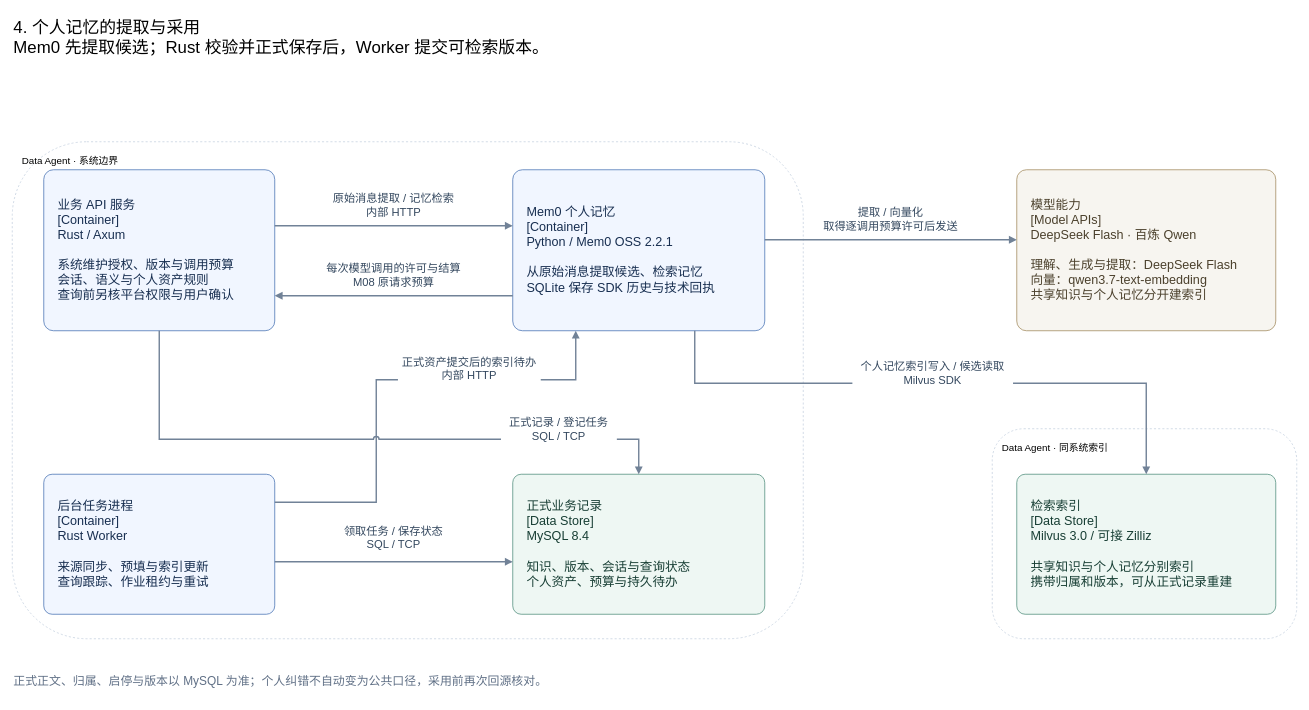
Above: page "个人记忆的提取与采用" (4 of 4) of docs/architecture/data-agent-c4-container.drawio in yaoziyaoguai/data_agent (draw.io), before the change. Source tidied: cells renumbered, new cells numbered last; positions are measured from the earlier drawing's top-left corner, leaving out a move shared by most shapes. Both pictures are drawn from the tidied source at 70%, with x=0, y=0 at pixel (12, 12).
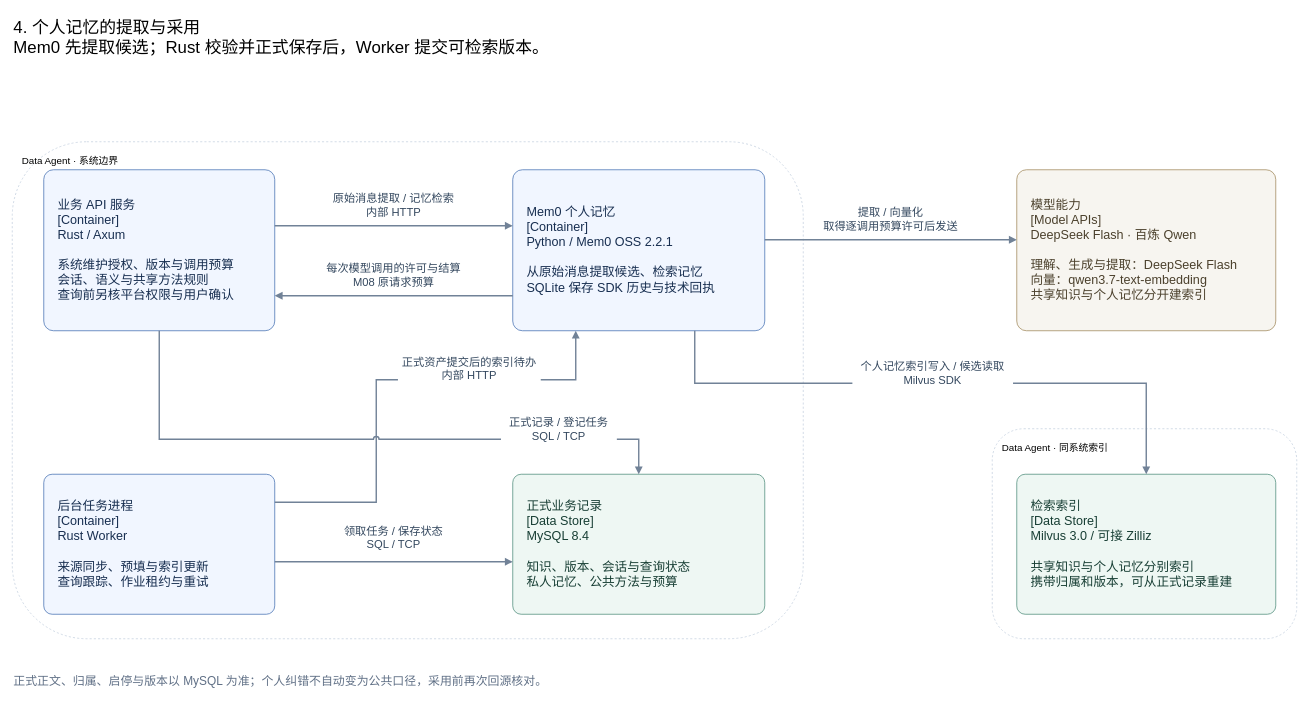
The same diagram, later.

The edit, as a diff of the source:
```diff
@@
-    <mxCell id="5" value="业务 API 服务&#10;[Container]&#10;Rust / Axum&#10;&#10;系统维护授权、版本与调用预算&#10;会话、语义与个人资产规则&#10;查询前另核平台权限与用户确认" style="rounded=1;arcSize=6;whiteSpace=wrap;html=0;fillColor=#f1f6ff;strokeColor=#3866ac;fontColor=#172e50;fontSize=18;fontFamily=PingFang SC;align=left;spacing=20;" parent="1" vertex="1">
+    <mxCell id="5" value="业务 API 服务&#10;[Container]&#10;Rust / Axum&#10;&#10;系统维护授权、版本与调用预算&#10;会话、语义与共享方法规则&#10;查询前另核平台权限与用户确认" style="rounded=1;arcSize=6;whiteSpace=wrap;html=0;fillColor=#f1f6ff;strokeColor=#3866ac;fontColor=#172e50;fontSize=18;fontFamily=PingFang SC;align=left;spacing=20;" parent="1" vertex="1">
       <mxGeometry x="45" y="225" width="330" height="230" as="geometry" />
     </mxCell>
@@
-    <mxCell id="9" value="正式业务记录&#10;[Data Store]&#10;MySQL 8.4&#10;&#10;知识、版本、会话与查询状态&#10;个人资产、预算与持久待办" style="rounded=1;arcSize=6;whiteSpace=wrap;html=0;fillColor=#eef7f3;strokeColor=#438471;fontColor=#173e34;fontSize=18;fontFamily=PingFang SC;align=left;spacing=20;" parent="1" vertex="1">
+    <mxCell id="9" value="正式业务记录&#10;[Data Store]&#10;MySQL 8.4&#10;&#10;知识、版本、会话与查询状态&#10;私人记忆、公共方法与预算" style="rounded=1;arcSize=6;whiteSpace=wrap;html=0;fillColor=#eef7f3;strokeColor=#438471;fontColor=#173e34;fontSize=18;fontFamily=PingFang SC;align=left;spacing=20;" parent="1" vertex="1">
       <mxGeometry x="715" y="660" width="360" height="200" as="geometry" />
     </mxCell>
```
